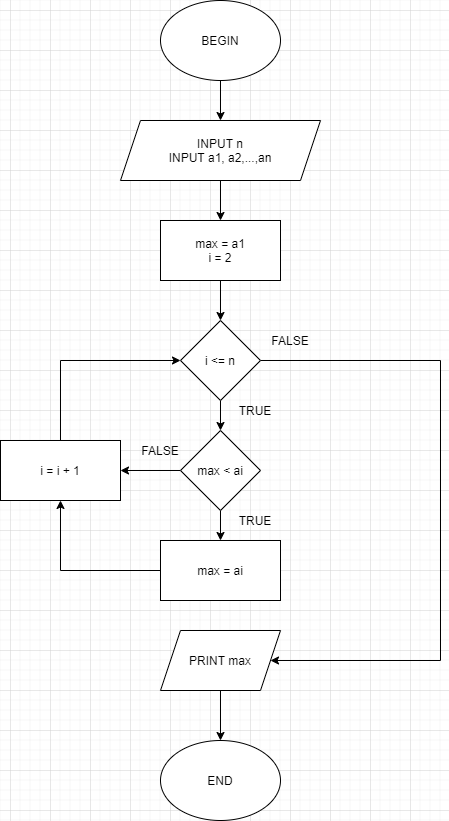
Above: 2. module 1/3.MotathuattoanPseudo_code_Flowchart/Bài tập/4.Baitap_timmaxtrongdayso/Flowchart_timmaxtrongdayso.png in plthien/C0721G2-PhanLeThanhHien (draw.io), before the change. Source tidied: cells renumbered, new cells last; positions are measured from the earlier drawing's top-left corner, leaving out a move shared by most shapes.
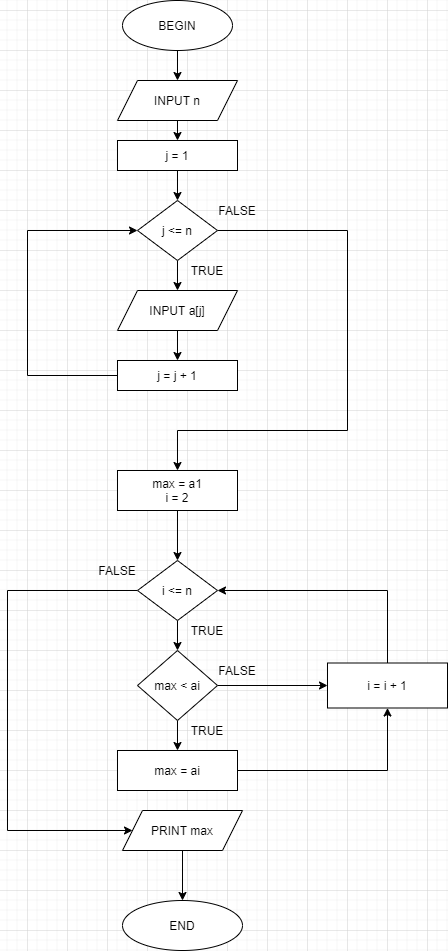
The same diagram one commit later.

The edit, as a diff of the source:
```diff
@@ -2,83 +2,127 @@
   <root>
     <mxCell id="0" />
     <mxCell id="1" parent="0" />
-    <mxCell id="2" style="edgeStyle=orthogonalEdgeStyle;rounded=0;jettySize=auto;html=1;entryX=0.5;entryY=0;entryDx=0;entryDy=0;" parent="1" edge="1" source="3" target="5">
-      <mxGeometry relative="1" as="geometry" />
-    </mxCell>
+    <mxCell id="25" style="edgeStyle=orthogonalEdgeStyle;rounded=0;jettySize=auto;html=1;entryX=0.5;entryY=0;entryDx=0;entryDy=0;" parent="1" edge="1" source="3" target="27">
+      <mxGeometry relative="1" as="geometry" />
+    </mxCell>
     <mxCell id="3" value="BEGIN" style="ellipse;whiteSpace=wrap;html=1;" parent="1" vertex="1">
-      <mxGeometry x="160" width="120" height="80" as="geometry" />
+      <mxGeometry x="145" y="-280" width="110" height="50" as="geometry" />
     </mxCell>
-    <mxCell id="4" style="edgeStyle=orthogonalEdgeStyle;rounded=0;jettySize=auto;html=1;" parent="1" edge="1" source="5" target="7">
-      <mxGeometry relative="1" as="geometry" />
-    </mxCell>
-    <mxCell id="5" value="INPUT n&lt;br&gt;INPUT a1, a2,...,an" style="shape=parallelogram;perimeter=parallelogramPerimeter;whiteSpace=wrap;html=1;fixedSize=1;" parent="1" vertex="1">
-      <mxGeometry x="120" y="120" width="200" height="60" as="geometry" />
-    </mxCell>
-    <mxCell id="6" style="edgeStyle=orthogonalEdgeStyle;rounded=0;jettySize=auto;html=1;entryX=0.5;entryY=0;entryDx=0;entryDy=0;" parent="1" edge="1" source="7" target="10">
-      <mxGeometry relative="1" as="geometry" />
-    </mxCell>
-    <mxCell id="7" value="max = a1&lt;br&gt;i = 2" style="rounded=0;whiteSpace=wrap;html=1;" parent="1" vertex="1">
-      <mxGeometry x="160" y="220" width="120" height="60" as="geometry" />
-    </mxCell>
+    <mxCell id="26" style="edgeStyle=orthogonalEdgeStyle;rounded=0;jettySize=auto;html=1;exitX=0.5;exitY=1;exitDx=0;exitDy=0;entryX=0.5;entryY=0;entryDx=0;entryDy=0;" parent="1" edge="1" source="27" target="36">
+      <mxGeometry relative="1" as="geometry" />
+    </mxCell>
+    <mxCell id="27" value="INPUT n" style="shape=parallelogram;perimeter=parallelogramPerimeter;whiteSpace=wrap;html=1;fixedSize=1;" parent="1" vertex="1">
+      <mxGeometry x="140" y="-200" width="120" height="40" as="geometry" />
+    </mxCell>
-    <mxCell id="8" style="edgeStyle=orthogonalEdgeStyle;rounded=0;jettySize=auto;html=1;" parent="1" edge="1" source="10" target="13">
+    <mxCell id="8" style="edgeStyle=orthogonalEdgeStyle;rounded=0;jettySize=auto;html=1;entryX=0.5;entryY=0;entryDx=0;entryDy=0;" parent="1" edge="1" source="10" target="13">
       <mxGeometry relative="1" as="geometry" />
     </mxCell>
-    <mxCell id="9" style="edgeStyle=orthogonalEdgeStyle;rounded=0;jettySize=auto;html=1;" parent="1" edge="1" source="10" target="23">
+    <mxCell id="9" style="edgeStyle=orthogonalEdgeStyle;rounded=0;jettySize=auto;html=1;entryX=0;entryY=0.5;entryDx=0;entryDy=0;" parent="1" edge="1" source="10" target="23">
       <mxGeometry relative="1" as="geometry">
         <Array as="points">
-          <mxPoint x="440" y="360" />
-          <mxPoint x="440" y="660" />
+          <mxPoint x="30" y="310" />
+          <mxPoint x="30" y="550" />
         </Array>
       </mxGeometry>
     </mxCell>
     <mxCell id="10" value="i &amp;lt;= n" style="rhombus;whiteSpace=wrap;html=1;" parent="1" vertex="1">
-      <mxGeometry x="180" y="320" width="80" height="80" as="geometry" />
+      <mxGeometry x="160" y="280" width="80" height="60" as="geometry" />
     </mxCell>
+    <mxCell id="6" style="edgeStyle=orthogonalEdgeStyle;rounded=0;jettySize=auto;html=1;entryX=0.5;entryY=0;entryDx=0;entryDy=0;" parent="1" edge="1" source="7" target="10">
+      <mxGeometry relative="1" as="geometry" />
+    </mxCell>
+    <mxCell id="7" value="max = a1&lt;br&gt;i = 2" style="rounded=0;whiteSpace=wrap;html=1;" parent="1" vertex="1">
+      <mxGeometry x="140" y="190" width="120" height="40" as="geometry" />
+    </mxCell>
     <mxCell id="11" style="edgeStyle=orthogonalEdgeStyle;rounded=0;jettySize=auto;html=1;entryX=0.5;entryY=0;entryDx=0;entryDy=0;" parent="1" edge="1" source="13" target="15">
       <mxGeometry relative="1" as="geometry" />
     </mxCell>
-    <mxCell id="12" style="edgeStyle=orthogonalEdgeStyle;rounded=0;jettySize=auto;html=1;entryX=1;entryY=0.5;entryDx=0;entryDy=0;" parent="1" edge="1" source="13" target="18">
+    <mxCell id="12" style="edgeStyle=orthogonalEdgeStyle;rounded=0;jettySize=auto;html=1;entryX=0;entryY=0.5;entryDx=0;entryDy=0;" parent="1" edge="1" source="13" target="18">
       <mxGeometry relative="1" as="geometry" />
     </mxCell>
     <mxCell id="13" value="max &amp;lt; ai" style="rhombus;whiteSpace=wrap;html=1;" parent="1" vertex="1">
-      <mxGeometry x="180" y="430" width="80" height="80" as="geometry" />
+      <mxGeometry x="160" y="370" width="80" height="70" as="geometry" />
     </mxCell>
     <mxCell id="14" style="edgeStyle=orthogonalEdgeStyle;rounded=0;jettySize=auto;html=1;entryX=0.5;entryY=1;entryDx=0;entryDy=0;" parent="1" edge="1" source="15" target="18">
       <mxGeometry relative="1" as="geometry" />
     </mxCell>
-    <mxCell id="15" value="max = ai&lt;br&gt;" style="rounded=0;whiteSpace=wrap;html=1;" parent="1" vertex="1">
-      <mxGeometry x="160" y="540" width="120" height="60" as="geometry" />
+    <mxCell id="15" value="max = ai" style="rounded=0;whiteSpace=wrap;html=1;" parent="1" vertex="1">
+      <mxGeometry x="140" y="470" width="120" height="40" as="geometry" />
     </mxCell>
+    <mxCell id="22" style="edgeStyle=orthogonalEdgeStyle;rounded=0;jettySize=auto;html=1;entryX=0.5;entryY=0;entryDx=0;entryDy=0;" parent="1" edge="1" source="23" target="16">
+      <mxGeometry relative="1" as="geometry" />
+    </mxCell>
+    <mxCell id="23" value="PRINT max" style="shape=parallelogram;perimeter=parallelogramPerimeter;whiteSpace=wrap;html=1;fixedSize=1;" parent="1" vertex="1">
+      <mxGeometry x="145" y="530" width="120" height="40" as="geometry" />
+    </mxCell>
     <mxCell id="16" value="END" style="ellipse;whiteSpace=wrap;html=1;" parent="1" vertex="1">
-      <mxGeometry x="160" y="740" width="120" height="80" as="geometry" />
+      <mxGeometry x="145" y="620" width="120" height="50" as="geometry" />
     </mxCell>
+    <mxCell id="28" value="TRUE" style="text;html=1;strokeColor=none;fillColor=none;align=center;verticalAlign=middle;whiteSpace=wrap;rounded=0;" parent="1" vertex="1">
+      <mxGeometry x="210" y="340" width="40" height="20" as="geometry" />
+    </mxCell>
+    <mxCell id="29" value="FALSE" style="text;html=1;strokeColor=none;fillColor=none;align=center;verticalAlign=middle;whiteSpace=wrap;rounded=0;" parent="1" vertex="1">
+      <mxGeometry x="120" y="280" width="40" height="20" as="geometry" />
+    </mxCell>
+    <mxCell id="30" value="TRUE" style="text;html=1;strokeColor=none;fillColor=none;align=center;verticalAlign=middle;whiteSpace=wrap;rounded=0;" parent="1" vertex="1">
+      <mxGeometry x="210" y="440" width="40" height="20" as="geometry" />
+    </mxCell>
+    <mxCell id="31" value="FALSE" style="text;html=1;strokeColor=none;fillColor=none;align=center;verticalAlign=middle;whiteSpace=wrap;rounded=0;" parent="1" vertex="1">
+      <mxGeometry x="240" y="380" width="40" height="20" as="geometry" />
+    </mxCell>
-    <mxCell id="17" style="edgeStyle=orthogonalEdgeStyle;rounded=0;jettySize=auto;html=1;entryX=0;entryY=0.5;entryDx=0;entryDy=0;" parent="1" edge="1" source="18" target="10">
+    <mxCell id="17" style="edgeStyle=orthogonalEdgeStyle;rounded=0;jettySize=auto;html=1;entryX=1;entryY=0.5;entryDx=0;entryDy=0;" parent="1" edge="1" source="18" target="10">
       <mxGeometry relative="1" as="geometry">
         <Array as="points">
-          <mxPoint x="60" y="360" />
+          <mxPoint x="410" y="310" />
         </Array>
       </mxGeometry>
     </mxCell>
     <mxCell id="18" value="i = i + 1" style="rounded=0;whiteSpace=wrap;html=1;" parent="1" vertex="1">
-      <mxGeometry y="440" width="120" height="60" as="geometry" />
+      <mxGeometry x="350" y="382.5" width="120" height="45" as="geometry" />
     </mxCell>
-    <mxCell id="19" value="TRUE" style="text;html=1;strokeColor=none;fillColor=none;align=center;verticalAlign=middle;whiteSpace=wrap;rounded=0;" parent="1" vertex="1">
-      <mxGeometry x="235" y="510" width="40" height="20" as="geometry" />
-    </mxCell>
-    <mxCell id="20" value="FALSE" style="text;html=1;strokeColor=none;fillColor=none;align=center;verticalAlign=middle;whiteSpace=wrap;rounded=0;" parent="1" vertex="1">
-      <mxGeometry x="140" y="440" width="40" height="20" as="geometry" />
-    </mxCell>
-    <mxCell id="21" value="TRUE" style="text;html=1;strokeColor=none;fillColor=none;align=center;verticalAlign=middle;whiteSpace=wrap;rounded=0;" parent="1" vertex="1">
-      <mxGeometry x="235" y="400" width="40" height="20" as="geometry" />
-    </mxCell>
-    <mxCell id="22" style="edgeStyle=orthogonalEdgeStyle;rounded=0;jettySize=auto;html=1;entryX=0.5;entryY=0;entryDx=0;entryDy=0;" parent="1" edge="1" source="23" target="16">
-      <mxGeometry relative="1" as="geometry" />
-    </mxCell>
-    <mxCell id="23" value="PRINT max" style="shape=parallelogram;perimeter=parallelogramPerimeter;whiteSpace=wrap;html=1;fixedSize=1;" parent="1" vertex="1">
-      <mxGeometry x="160" y="630" width="120" height="60" as="geometry" />
-    </mxCell>
-    <mxCell id="24" value="FALSE" style="text;html=1;strokeColor=none;fillColor=none;align=center;verticalAlign=middle;whiteSpace=wrap;rounded=0;" parent="1" vertex="1">
-      <mxGeometry x="270" y="330" width="40" height="20" as="geometry" />
-    </mxCell>
+    <mxCell id="32" style="edgeStyle=orthogonalEdgeStyle;rounded=0;jettySize=auto;html=1;entryX=0.5;entryY=0;entryDx=0;entryDy=0;" parent="1" edge="1" source="34" target="38">
+      <mxGeometry relative="1" as="geometry" />
+    </mxCell>
+    <mxCell id="33" style="edgeStyle=orthogonalEdgeStyle;rounded=0;jettySize=auto;html=1;entryX=0.5;entryY=0;entryDx=0;entryDy=0;" parent="1" edge="1" source="34" target="7">
+      <mxGeometry relative="1" as="geometry">
+        <Array as="points">
+          <mxPoint x="370" y="-50" />
+          <mxPoint x="370" y="150" />
+          <mxPoint x="200" y="150" />
+        </Array>
+      </mxGeometry>
+    </mxCell>
+    <mxCell id="34" value="j &amp;lt;= n" style="rhombus;whiteSpace=wrap;html=1;" parent="1" vertex="1">
+      <mxGeometry x="160" y="-80" width="80" height="60" as="geometry" />
+    </mxCell>
+    <mxCell id="35" style="edgeStyle=orthogonalEdgeStyle;rounded=0;jettySize=auto;html=1;entryX=0.5;entryY=0;entryDx=0;entryDy=0;" parent="1" edge="1" source="36" target="34">
+      <mxGeometry relative="1" as="geometry" />
+    </mxCell>
+    <mxCell id="36" value="j = 1" style="rounded=0;whiteSpace=wrap;html=1;" parent="1" vertex="1">
+      <mxGeometry x="140" y="-140" width="120" height="30" as="geometry" />
+    </mxCell>
+    <mxCell id="37" style="edgeStyle=orthogonalEdgeStyle;rounded=0;jettySize=auto;html=1;entryX=0.5;entryY=0;entryDx=0;entryDy=0;" parent="1" edge="1" source="38" target="40">
+      <mxGeometry relative="1" as="geometry" />
+    </mxCell>
+    <mxCell id="38" value="INPUT a[j]" style="shape=parallelogram;perimeter=parallelogramPerimeter;whiteSpace=wrap;html=1;fixedSize=1;" parent="1" vertex="1">
+      <mxGeometry x="140" y="10" width="120" height="40" as="geometry" />
+    </mxCell>
+    <mxCell id="39" style="edgeStyle=orthogonalEdgeStyle;rounded=0;jettySize=auto;html=1;entryX=0;entryY=0.5;entryDx=0;entryDy=0;" parent="1" edge="1" source="40" target="34">
+      <mxGeometry relative="1" as="geometry">
+        <Array as="points">
+          <mxPoint x="50" y="95" />
+          <mxPoint x="50" y="-50" />
+        </Array>
+      </mxGeometry>
+    </mxCell>
+    <mxCell id="40" value="j = j + 1" style="rounded=0;whiteSpace=wrap;html=1;" parent="1" vertex="1">
+      <mxGeometry x="140" y="80" width="120" height="30" as="geometry" />
+    </mxCell>
+    <mxCell id="41" value="TRUE" style="text;html=1;strokeColor=none;fillColor=none;align=center;verticalAlign=middle;whiteSpace=wrap;rounded=0;" parent="1" vertex="1">
+      <mxGeometry x="210" y="-20" width="40" height="20" as="geometry" />
+    </mxCell>
+    <mxCell id="42" value="FALSE" style="text;html=1;strokeColor=none;fillColor=none;align=center;verticalAlign=middle;whiteSpace=wrap;rounded=0;" parent="1" vertex="1">
+      <mxGeometry x="240" y="-80" width="40" height="20" as="geometry" />
+    </mxCell>
   </root>
 </mxGraphModel>
```
